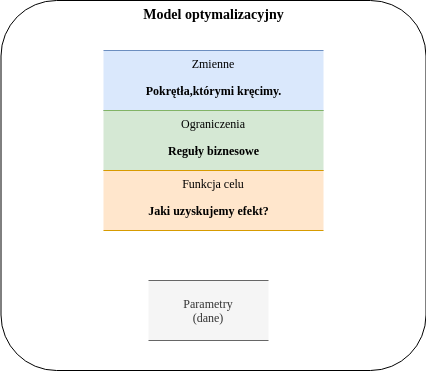
WitJakuczun/conf-dss2021-marketing-optimization-minizinc keeps this draw.io diagram as images/opt-model.png. Above is the earlier version. Source tidied: cells renumbered, new cells last; positions are measured from the earlier drawing's top-left corner, leaving out a move shared by most shapes.
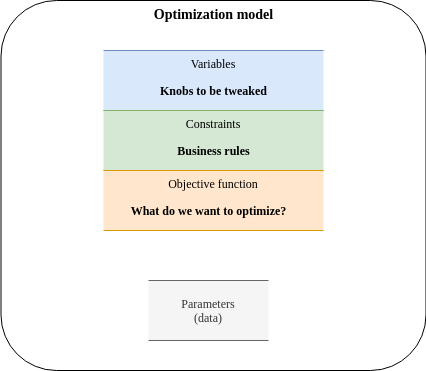
After the change.

Commit message:
Translated process diagrams

The edit, as a diff of the source:
```diff
@@ -2,32 +2,32 @@
   <root>
     <mxCell id="0" />
     <mxCell id="1" parent="0" />
-    <mxCell id="2" value="&lt;b&gt;&lt;font face=&quot;Open sans&quot; style=&quot;font-size: 14px&quot;&gt;Model optymalizacyjny&lt;/font&gt;&lt;/b&gt;" style="rounded=1;whiteSpace=wrap;html=1;shadow=0;horizontal=1;verticalAlign=top;" parent="1" vertex="1">
+    <mxCell id="2" value="&lt;b&gt;&lt;font face=&quot;Open sans&quot; style=&quot;font-size: 14px&quot;&gt;Optimization model&lt;/font&gt;&lt;/b&gt;" style="rounded=1;whiteSpace=wrap;html=1;shadow=0;horizontal=1;verticalAlign=top;" parent="1" vertex="1">
       <mxGeometry x="-0.5" width="425" height="370" as="geometry" />
     </mxCell>
-    <mxCell id="3" value="Zmienne" style="shape=partialRectangle;whiteSpace=wrap;html=1;left=0;right=0;fillColor=#dae8fc;shadow=0;verticalAlign=top;fontFamily=Open sans;fontSource=https%3A%2F%2Ffonts.googleapis.com%2Fcss%3Ffamily%3DOpen%2Bsans;strokeColor=#6c8ebf;" parent="1" vertex="1">
+    <mxCell id="3" value="Variables" style="shape=partialRectangle;whiteSpace=wrap;html=1;left=0;right=0;fillColor=#dae8fc;shadow=0;verticalAlign=top;fontFamily=Open sans;fontSource=https%3A%2F%2Ffonts.googleapis.com%2Fcss%3Ffamily%3DOpen%2Bsans;strokeColor=#6c8ebf;" parent="1" vertex="1">
       <mxGeometry x="102" y="50" width="220" height="60" as="geometry" />
     </mxCell>
-    <mxCell id="4" value="Ograniczenia" style="shape=partialRectangle;whiteSpace=wrap;html=1;left=0;right=0;fillColor=#d5e8d4;shadow=0;verticalAlign=top;fontFamily=Open sans;fontSource=https%3A%2F%2Ffonts.googleapis.com%2Fcss%3Ffamily%3DOpen%2Bsans;strokeColor=#82b366;" parent="1" vertex="1">
+    <mxCell id="4" value="Constraints" style="shape=partialRectangle;whiteSpace=wrap;html=1;left=0;right=0;fillColor=#d5e8d4;shadow=0;verticalAlign=top;fontFamily=Open sans;fontSource=https%3A%2F%2Ffonts.googleapis.com%2Fcss%3Ffamily%3DOpen%2Bsans;strokeColor=#82b366;" parent="1" vertex="1">
       <mxGeometry x="102" y="110" width="220" height="60" as="geometry" />
     </mxCell>
     <mxCell id="5" style="edgeStyle=none;html=1;fontFamily=Open sans;fontSource=https%3A%2F%2Ffonts.googleapis.com%2Fcss%3Ffamily%3DOpen%2Bsans;" parent="1" edge="1" source="6" target="4">
       <mxGeometry relative="1" as="geometry" />
     </mxCell>
-    <mxCell id="6" value="Funkcja celu" style="shape=partialRectangle;whiteSpace=wrap;html=1;left=0;right=0;fillColor=#ffe6cc;shadow=0;verticalAlign=top;fontFamily=Open sans;fontSource=https%3A%2F%2Ffonts.googleapis.com%2Fcss%3Ffamily%3DOpen%2Bsans;strokeColor=#d79b00;" parent="1" vertex="1">
+    <mxCell id="6" value="Objective function" style="shape=partialRectangle;whiteSpace=wrap;html=1;left=0;right=0;fillColor=#ffe6cc;shadow=0;verticalAlign=top;fontFamily=Open sans;fontSource=https%3A%2F%2Ffonts.googleapis.com%2Fcss%3Ffamily%3DOpen%2Bsans;strokeColor=#d79b00;" parent="1" vertex="1">
       <mxGeometry x="102" y="170" width="220" height="60" as="geometry" />
     </mxCell>
-    <mxCell id="7" value="Parametry&lt;br&gt;(dane)" style="shape=partialRectangle;whiteSpace=wrap;html=1;left=0;right=0;fillColor=#f5f5f5;shadow=0;verticalAlign=middle;fontFamily=Open sans;fontSource=https%3A%2F%2Ffonts.googleapis.com%2Fcss%3Ffamily%3DOpen%2Bsans;strokeColor=#666666;fontColor=#333333;" parent="1" vertex="1">
+    <mxCell id="7" value="Parameters&lt;br&gt;(data)" style="shape=partialRectangle;whiteSpace=wrap;html=1;left=0;right=0;fillColor=#f5f5f5;shadow=0;verticalAlign=middle;fontFamily=Open sans;fontSource=https%3A%2F%2Ffonts.googleapis.com%2Fcss%3Ffamily%3DOpen%2Bsans;strokeColor=#666666;fontColor=#333333;" parent="1" vertex="1">
       <mxGeometry x="147" y="280" width="120" height="60" as="geometry" />
     </mxCell>
-    <mxCell id="8" value="Pokrętła,którymi kręcimy." style="text;html=1;align=center;verticalAlign=middle;fillColor=none;strokeColor=none;rounded=0;shadow=0;fontFamily=Open sans;fontSource=https%3A%2F%2Ffonts.googleapis.com%2Fcss%3Ffamily%3DOpen%2Bsans;fontStyle=1;" parent="1" vertex="1">
-      <mxGeometry x="137" y="80" width="150" height="20" as="geometry" />
+    <mxCell id="8" value="Knobs to be tweaked" style="text;html=1;align=center;verticalAlign=middle;fillColor=none;strokeColor=none;rounded=0;shadow=0;fontFamily=Open sans;fontSource=https%3A%2F%2Ffonts.googleapis.com%2Fcss%3Ffamily%3DOpen%2Bsans;fontStyle=1;" parent="1" vertex="1">
+      <mxGeometry x="152" y="80" width="120" height="20" as="geometry" />
     </mxCell>
-    <mxCell id="9" value="Reguły biznesowe" style="text;html=1;align=center;verticalAlign=middle;fillColor=none;strokeColor=none;rounded=0;shadow=0;fontFamily=Open sans;fontSource=https%3A%2F%2Ffonts.googleapis.com%2Fcss%3Ffamily%3DOpen%2Bsans;fontStyle=1;" parent="1" vertex="1">
-      <mxGeometry x="157" y="140" width="110" height="20" as="geometry" />
+    <mxCell id="9" value="Business rules" style="text;html=1;align=center;verticalAlign=middle;fillColor=none;strokeColor=none;rounded=0;shadow=0;fontFamily=Open sans;fontSource=https%3A%2F%2Ffonts.googleapis.com%2Fcss%3Ffamily%3DOpen%2Bsans;fontStyle=1;" parent="1" vertex="1">
+      <mxGeometry x="167" y="140" width="90" height="20" as="geometry" />
     </mxCell>
-    <mxCell id="10" value="Jaki uzyskujemy efekt?" style="text;html=1;align=center;verticalAlign=middle;fillColor=none;strokeColor=none;rounded=0;shadow=0;fontFamily=Open sans;fontSource=https%3A%2F%2Ffonts.googleapis.com%2Fcss%3Ffamily%3DOpen%2Bsans;fontStyle=1;" parent="1" vertex="1">
-      <mxGeometry x="137" y="200" width="140" height="20" as="geometry" />
+    <mxCell id="10" value="What do we want to optimize?" style="text;html=1;align=center;verticalAlign=middle;fillColor=none;strokeColor=none;rounded=0;shadow=0;fontFamily=Open sans;fontSource=https%3A%2F%2Ffonts.googleapis.com%2Fcss%3Ffamily%3DOpen%2Bsans;fontStyle=1;" parent="1" vertex="1">
+      <mxGeometry x="122" y="200" width="170" height="20" as="geometry" />
     </mxCell>
   </root>
 </mxGraphModel>
```
